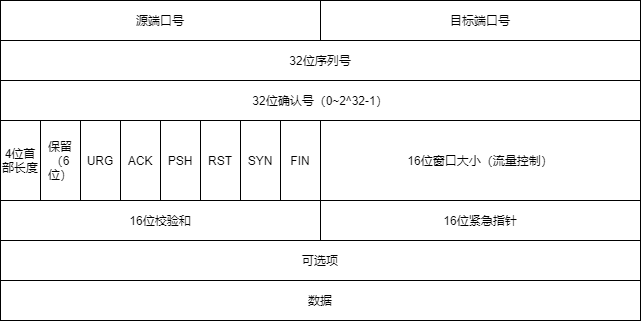
The draw.io diagram notes/network/src/tcp.drawio.png in from-scratch0/Code-Sutra, before a commit. Source tidied: cells renumbered, new cells last; positions are measured from the earlier drawing's top-left corner, leaving out a move shared by most shapes.
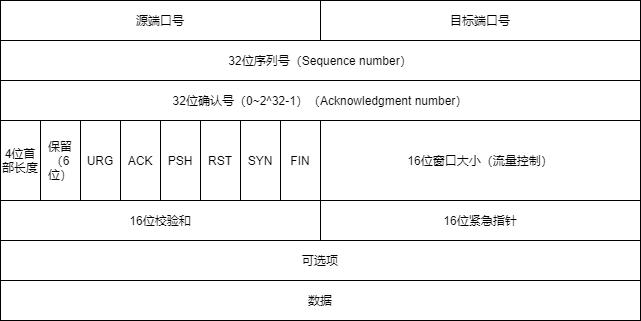
Above is the later version.

Change to the diagram source:
```diff
@@ -8,10 +8,10 @@
     <mxCell id="3" value="目标端口号" style="rounded=0;whiteSpace=wrap;html=1;" parent="1" vertex="1">
       <mxGeometry x="320" width="320" height="40" as="geometry" />
     </mxCell>
-    <mxCell id="4" value="32位序列号" style="rounded=0;whiteSpace=wrap;html=1;" parent="1" vertex="1">
+    <mxCell id="4" value="32位序列号（Sequence number）" style="rounded=0;whiteSpace=wrap;html=1;" parent="1" vertex="1">
       <mxGeometry y="40" width="640" height="40" as="geometry" />
     </mxCell>
-    <mxCell id="5" value="32位确认号（0~2^32-1）" style="rounded=0;whiteSpace=wrap;html=1;" parent="1" vertex="1">
+    <mxCell id="5" value="32位确认号（0~2^32-1）（Acknowledgment number）" style="rounded=0;whiteSpace=wrap;html=1;" parent="1" vertex="1">
       <mxGeometry y="80" width="640" height="40" as="geometry" />
     </mxCell>
     <mxCell id="6" value="4位首部长度" style="rounded=0;whiteSpace=wrap;html=1;" parent="1" vertex="1">
```
